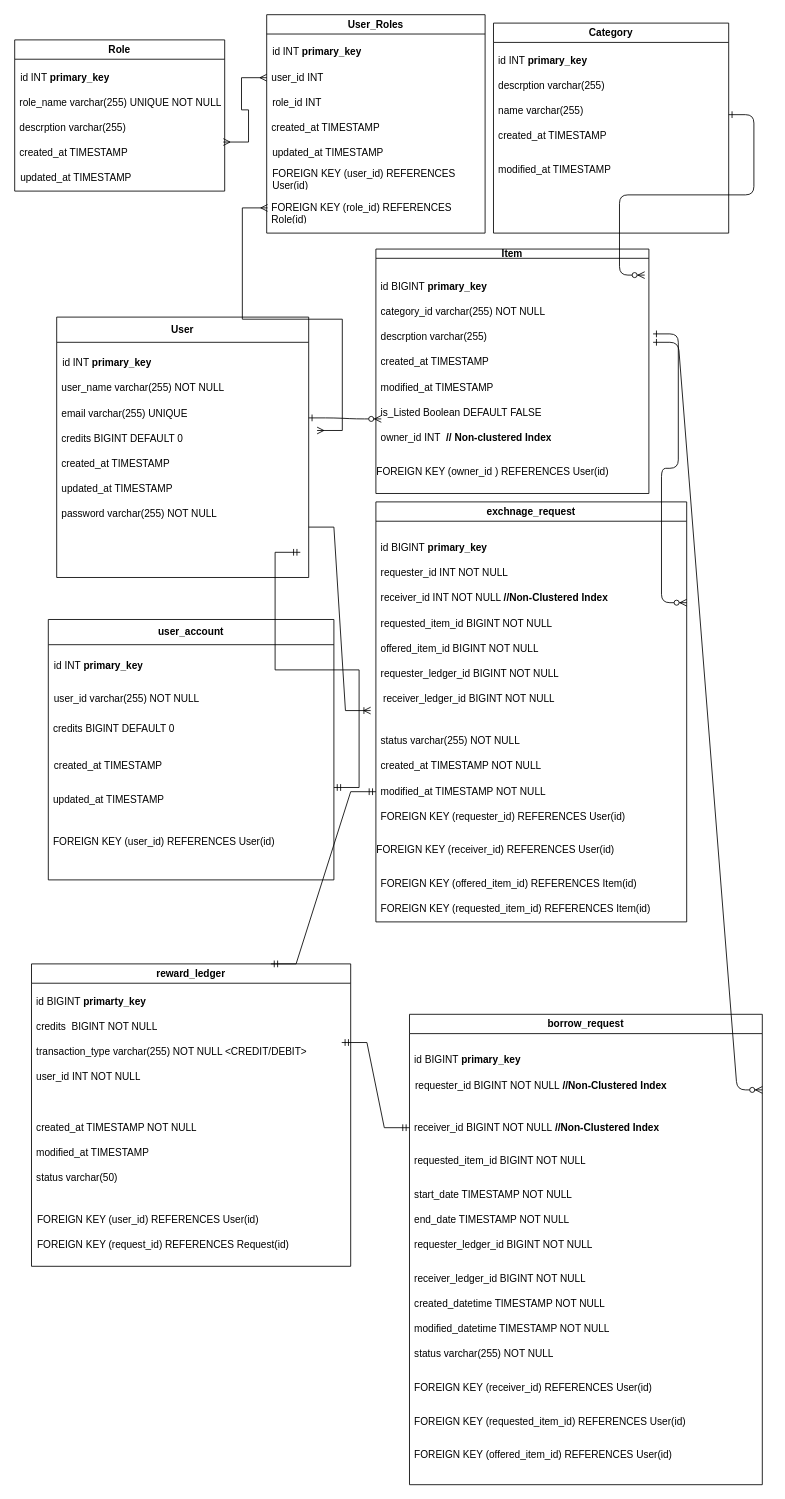
Before: page "Db schema" (1 of 3) of ExchangePlatform.drawio in shweta-code/hld, a draw.io diagram. Source tidied: cells renumbered, new cells numbered last; positions are measured from the earlier drawing's top-left corner, leaving out a move shared by most shapes. Both pictures are drawn from the tidied source at 84%, with x=0, y=0 at pixel (14, 14).
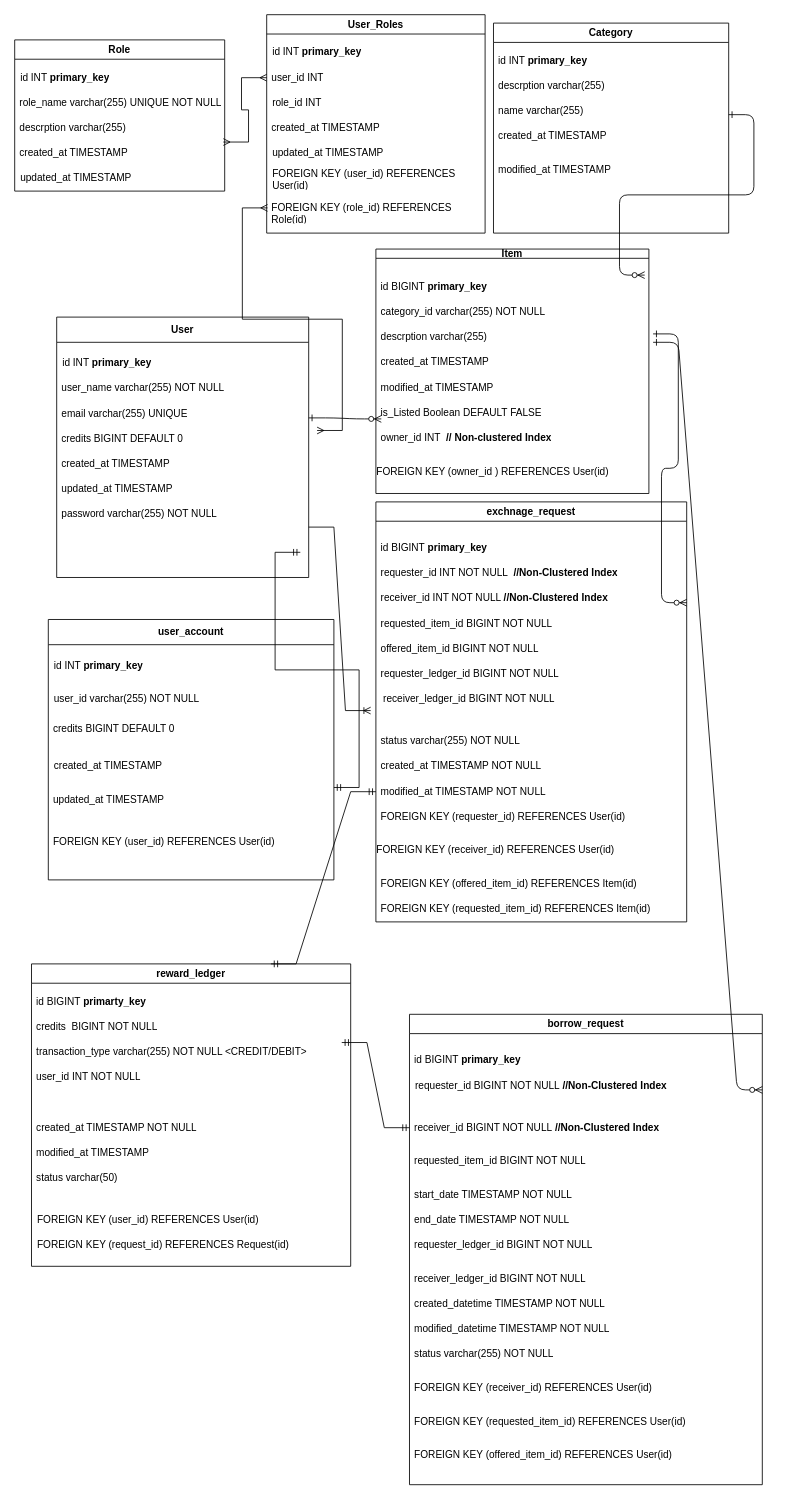
The same diagram, later.

The change refers to these unchanged cells:
```xml
<mxCell id="22" value="exchnage_request" style="swimlane;whiteSpace=wrap;html=1;startSize=23;" parent="1" vertex="1">
  <mxGeometry x="430" y="580" width="370" height="500" as="geometry" />
</mxCell>
```

What changed in the source:
```diff
@@
-    <mxCell id="24" value="requester_id INT NOT NULL&amp;nbsp;" style="text;strokeColor=none;fillColor=none;align=left;verticalAlign=middle;spacingLeft=4;spacingRight=4;overflow=hidden;whiteSpace=wrap;html=1;" parent="22" vertex="1">
-      <mxGeometry y="70" width="350" height="30" as="geometry" />
+    <mxCell id="24" value="requester_id INT NOT NULL&amp;nbsp;&amp;nbsp;&lt;b&gt;//Non-Clustered Index&lt;/b&gt;" style="text;strokeColor=none;fillColor=none;align=left;verticalAlign=middle;spacingLeft=4;spacingRight=4;overflow=hidden;whiteSpace=wrap;html=1;" parent="22" vertex="1">
+      <mxGeometry y="70" width="370" height="30" as="geometry" />
     </mxCell>
```
